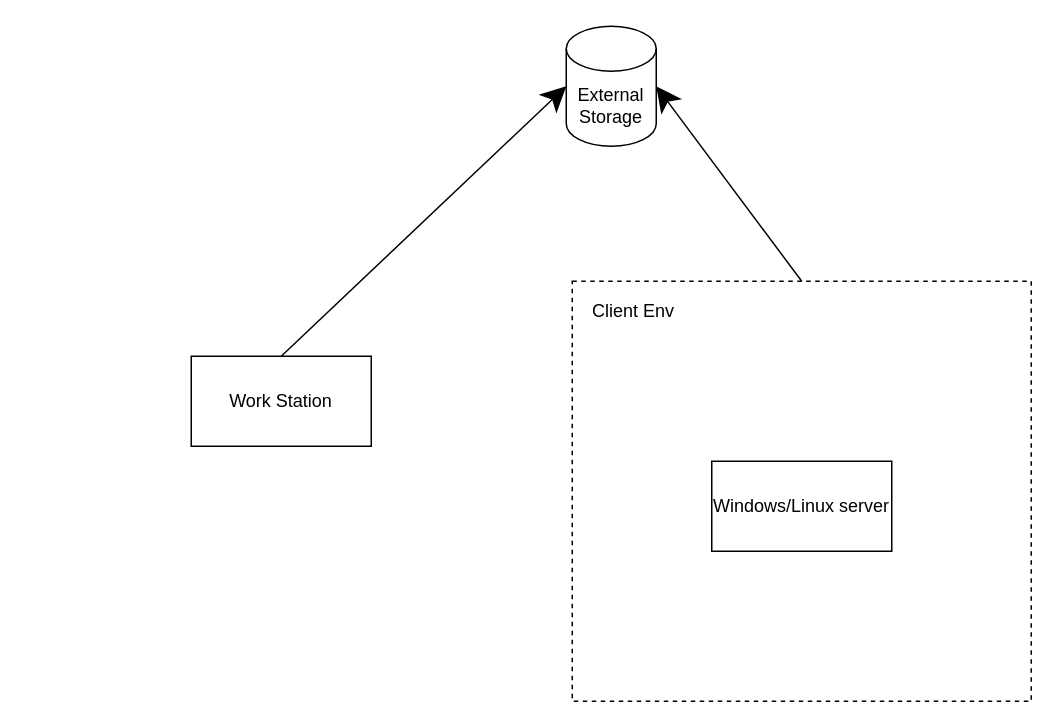
the-harpia-io/db_monitoring_stack keeps this draw.io diagram as Untitled Diagram.drawio. Above is the earlier version. Source tidied: cells renumbered, new cells numbered last; positions are measured from the earlier drawing's top-left corner, leaving out a move shared by most shapes. Both pictures are drawn from the tidied source at 150%, with x=0, y=0 at pixel (190, 26).
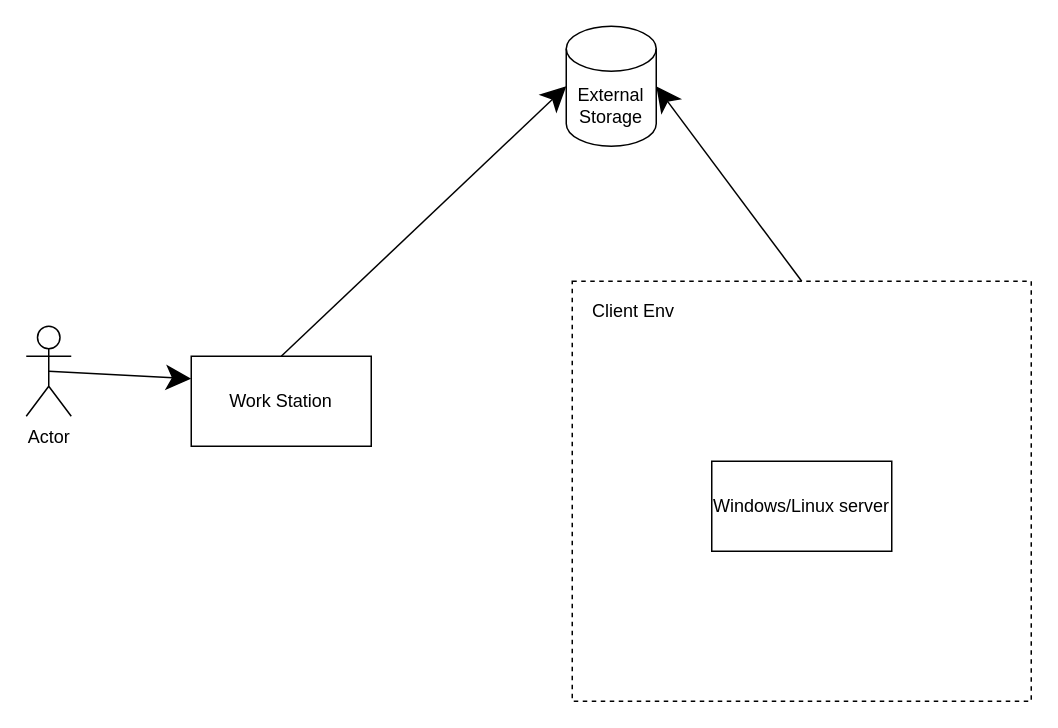
The same diagram, later.

The edit, as a diff of the source:
```diff
@@
 <mxGraphModel>
   <root>
     <mxCell id="0" />
     <mxCell id="1" parent="0" />
     <mxCell id="2" style="edgeStyle=none;curved=1;rounded=0;jettySize=auto;html=1;exitX=0.5;exitY=0;exitDx=0;exitDy=0;entryX=0;entryY=0.5;entryDx=0;entryDy=0;entryPerimeter=0;endArrow=classic;startSize=14;endSize=14;sourcePerimeterSpacing=8;targetPerimeterSpacing=8;endFill=1;" parent="1" edge="1" source="3" target="4">
       <mxGeometry relative="1" as="geometry" />
     </mxCell>
     <mxCell id="3" value="Work Station" style="rounded=0;whiteSpace=wrap;html=1;hachureGap=4;" parent="1" vertex="1">
       <mxGeometry y="220" width="120" height="60" as="geometry" />
     </mxCell>
     <mxCell id="4" value="External Storage" style="shape=cylinder3;whiteSpace=wrap;html=1;boundedLbl=1;backgroundOutline=1;size=15;hachureGap=4;" parent="1" vertex="1">
       <mxGeometry x="250" width="60" height="80" as="geometry" />
     </mxCell>
     <mxCell id="5" style="edgeStyle=none;curved=1;rounded=0;jettySize=auto;html=1;exitX=0.5;exitY=0;exitDx=0;exitDy=0;entryX=1;entryY=0.5;entryDx=0;entryDy=0;entryPerimeter=0;endArrow=classic;startSize=14;endSize=14;sourcePerimeterSpacing=8;targetPerimeterSpacing=8;endFill=1;" parent="1" edge="1" source="7" target="4">
       <mxGeometry relative="1" as="geometry" />
     </mxCell>
     <mxCell id="6" value="Windows/Linux server" style="rounded=0;whiteSpace=wrap;html=1;hachureGap=4;" parent="1" vertex="1">
       <mxGeometry x="347" y="290" width="120" height="60" as="geometry" />
     </mxCell>
     <mxCell id="7" style="rounded=0;whiteSpace=wrap;html=1;hachureGap=4;fillColor=none;dashed=1;" parent="1" vertex="1">
       <mxGeometry x="254" y="170" width="306" height="280" as="geometry" />
     </mxCell>
     <mxCell id="8" value="Client Env" style="text;html=1;strokeColor=none;fillColor=none;align=center;verticalAlign=middle;whiteSpace=wrap;rounded=0;dashed=1;hachureGap=4;" parent="1" vertex="1">
       <mxGeometry x="260" y="180" width="70" height="20" as="geometry" />
     </mxCell>
+    <mxCell id="9" style="edgeStyle=none;curved=1;rounded=0;jettySize=auto;html=1;exitX=0.5;exitY=0.5;exitDx=0;exitDy=0;exitPerimeter=0;entryX=0;entryY=0.25;entryDx=0;entryDy=0;endArrow=classic;endFill=1;startSize=14;endSize=14;sourcePerimeterSpacing=8;targetPerimeterSpacing=8;" parent="1" edge="1" source="10" target="3">
+      <mxGeometry relative="1" as="geometry" />
+    </mxCell>
+    <mxCell id="10" value="Actor" style="shape=umlActor;verticalLabelPosition=bottom;verticalAlign=top;html=1;outlineConnect=0;hachureGap=4;fillColor=none;" parent="1" vertex="1">
+      <mxGeometry x="-110" y="200" width="30" height="60" as="geometry" />
+    </mxCell>
   </root>
 </mxGraphModel>
```
